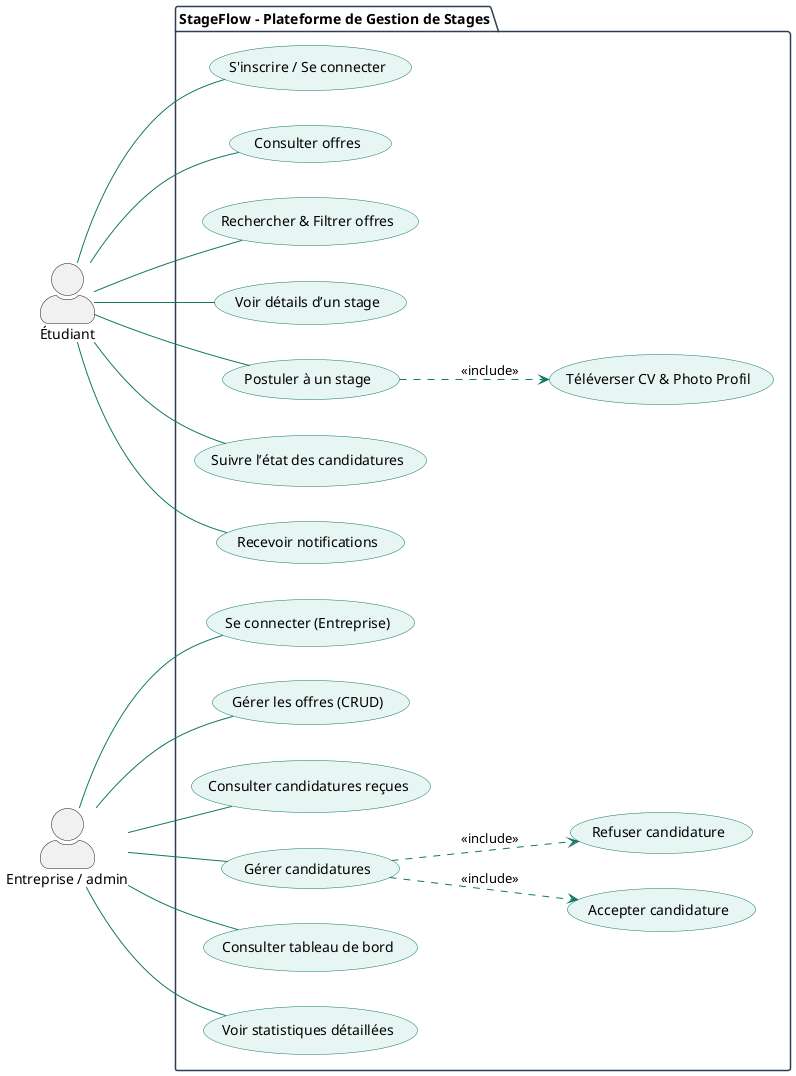
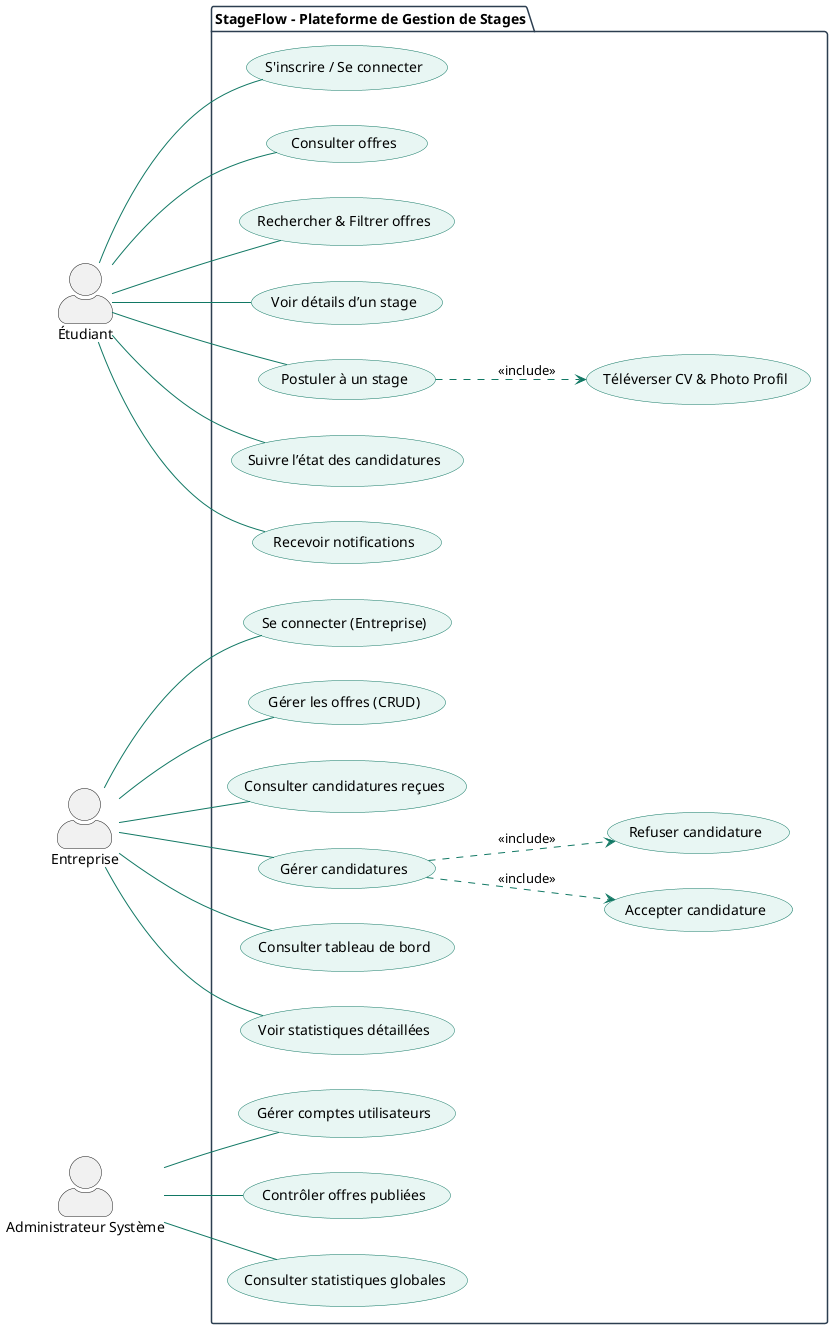
@startuml StageFlow_Cas_Utilisation_Global
skinparam actorStyle awesome
left to right direction

skinparam package {
    BackgroundColor White
    BorderColor #2C3E50
}

skinparam usecase {
    BackgroundColor #E8F6F3
    BorderColor #117864
    ArrowColor #117864
}

actor "Étudiant" as E
- actor "Entreprise / admin" as Ent
+ actor "Entreprise" as Ent
+ actor "Administrateur Système" as Admin

package "StageFlow - Plateforme de Gestion de Stages" {

    ' ========================
    ' Espace Étudiant
    ' ========================

    usecase "S'inscrire / Se connecter" as UC1
    usecase "Consulter offres" as UC2
    usecase "Rechercher & Filtrer offres" as UC3
    usecase "Voir détails d’un stage" as UC4
    usecase "Postuler à un stage" as UC5
    usecase "Téléverser CV & Photo Profil" as UC6
    usecase "Suivre l’état des candidatures" as UC7
    usecase "Recevoir notifications" as UC8

    E -- UC1
    E -- UC2
    E -- UC3
    E -- UC4
    E -- UC5
    E -- UC7
    E -- UC8

    UC5 ..> UC6 : <<include>>

    ' ========================
    ' Espace Entreprise
    ' ========================

    usecase "Se connecter (Entreprise)" as UC9
    usecase "Gérer les offres (CRUD)" as UC10
    usecase "Consulter candidatures reçues" as UC11
    usecase "Gérer candidatures" as UC12
    usecase "Accepter candidature" as UC13
    usecase "Refuser candidature" as UC14
    usecase "Consulter tableau de bord" as UC15
    usecase "Voir statistiques détaillées" as UC16

    Ent -- UC9
    Ent -- UC10
    Ent -- UC11
    Ent -- UC12
    Ent -- UC15
    Ent -- UC16

    UC12 ..> UC13 : <<include>>
    UC12 ..> UC14 : <<include>>
+ 
+     ' ========================
+     ' Espace Administrateur
+     ' ========================
+ 
+     usecase "Gérer comptes utilisateurs" as UC17
+     usecase "Contrôler offres publiées" as UC18
+     usecase "Consulter statistiques globales" as UC19
+ 
+     Admin -- UC17
+     Admin -- UC18
+     Admin -- UC19
}
+ 
@enduml